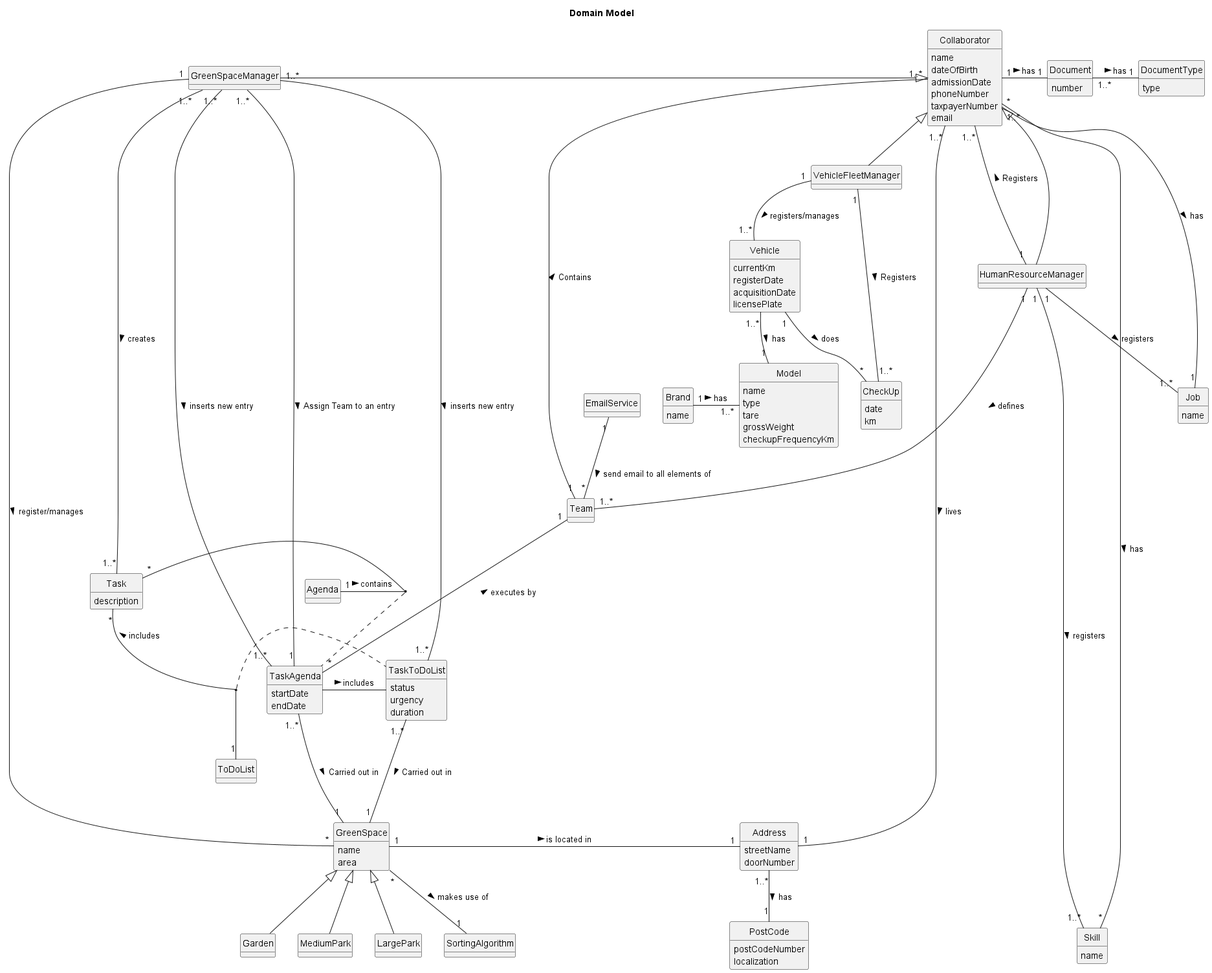
This is docs/sprint3/global-artifacts/02.analysis/svg/partial-use-domain-model-Domain_Model.png from Departamento-de-Engenharia-Informatica/lei-24-s2-1db-g022, a PlantUML export, as it was before one commit.
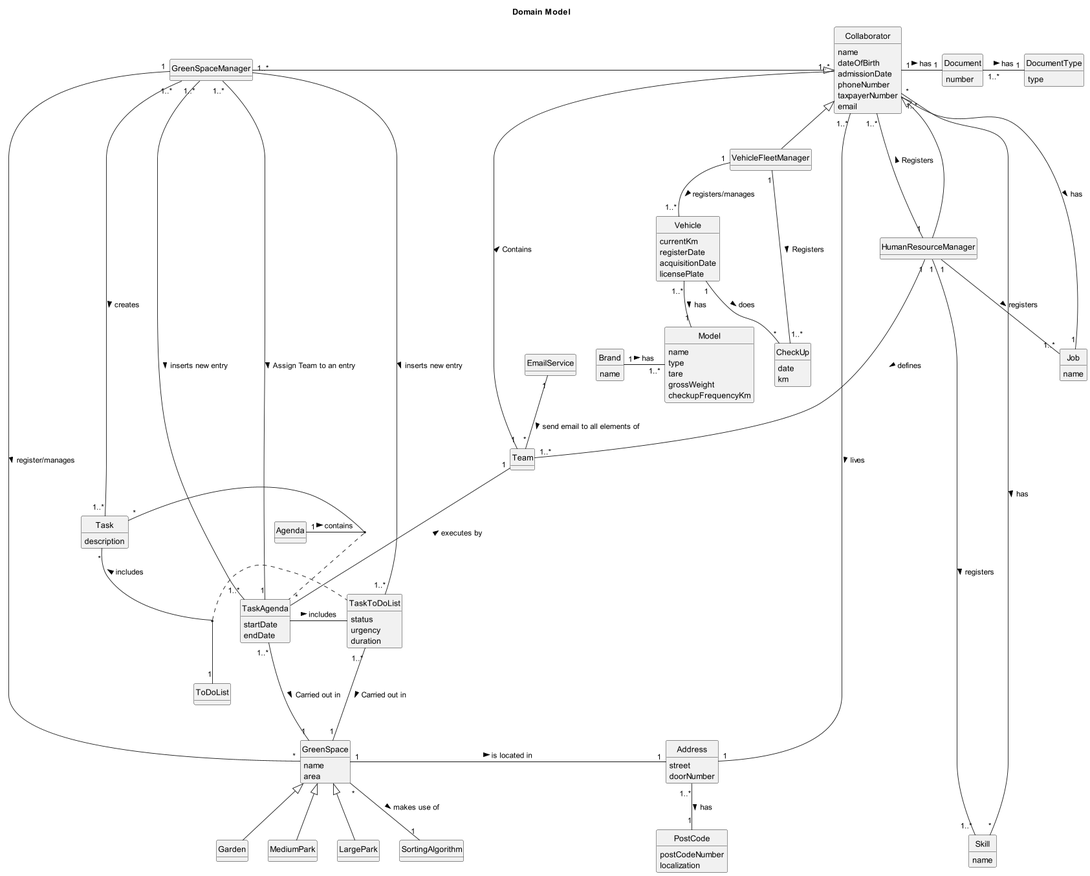
After the commit.

What changed in the source:
```diff
@@ -26,7 +26,7 @@
 }
 
 class Address {
-    streetName
+    street
     doorNumber
 }
 
@@ -143,25 +143,24 @@
 GreenSpaceManager "1..*" -- "1..*" Task : creates >
 GreenSpaceManager "1..*" - "1..*" TaskToDoList : inserts new entry >
 GreenSpaceManager "1..*" - "1..*" TaskAgenda : inserts new entry >
+GreenSpaceManager "1..*" - "1" TaskAgenda : Assign Team to an entry >
 
 GreenSpace "1" - "1" Address : is located in >
 GreenSpace <|-- Garden
 GreenSpace <|-- MediumPark
 GreenSpace <|-- LargePark
+GreenSpace "*" -- "1" SortingAlgorithm : makes use of >
 
 TaskAgenda "1..*" --- "1" GreenSpace :  Carried out in  >
 TaskToDoList "1..*" --- "1" GreenSpace :  Carried out in  >
 
 Task "*" -- "1" ToDoList : includes <
 
-
-GreenSpaceManager "1..*" - "1" TaskAgenda : Assign Team to an entry >
 Team "1" --- "*" TaskAgenda : executes by <
 Agenda "1" - "*" Task : contains >
 
 EmailService "1" -- "*" Team :  send email to all elements of >
 
-GreenSpace "*" -- "1" SortingAlgorithm : makes use of >
 
 (Task,ToDoList) .. TaskToDoList
 (Task,Agenda) .. TaskAgenda
```
